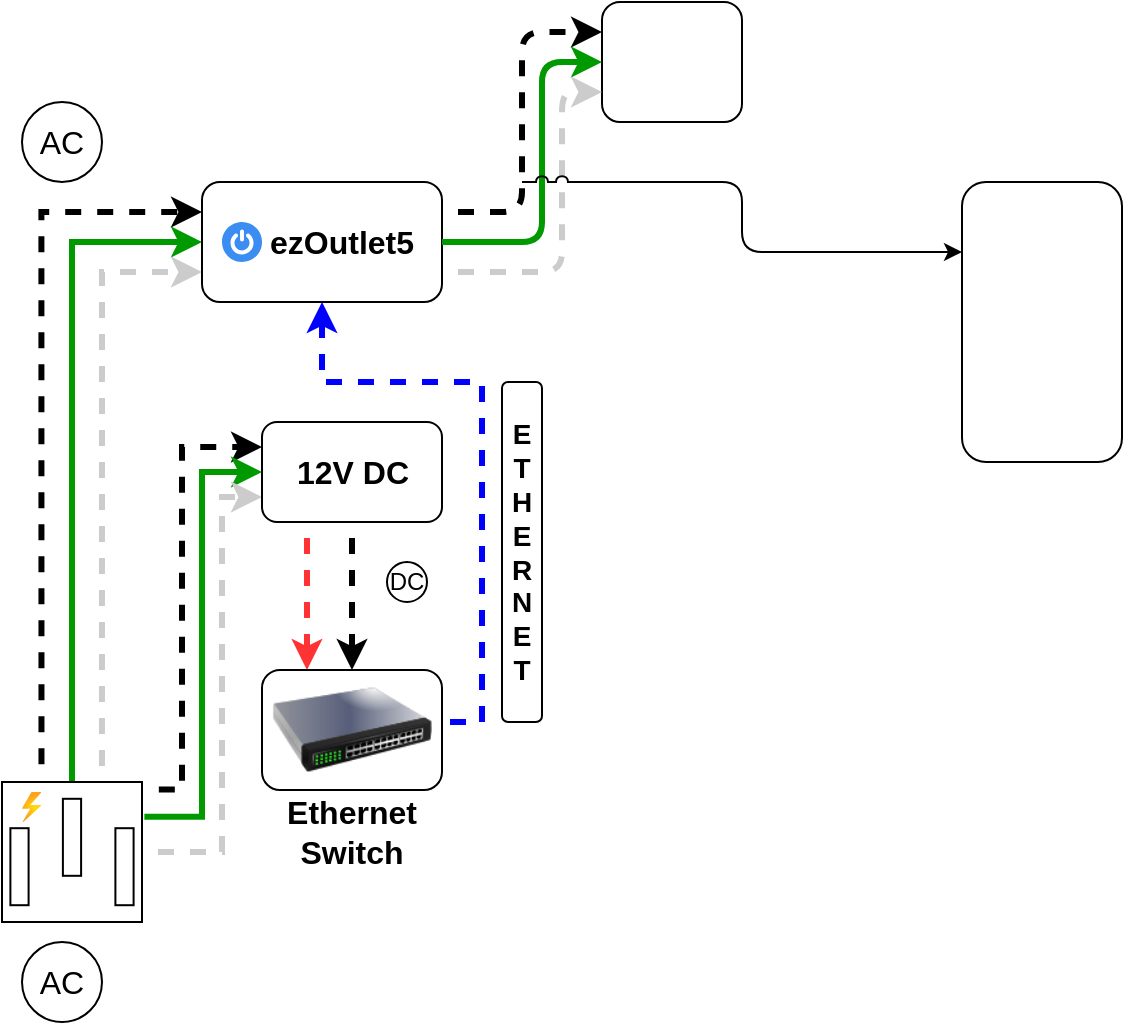
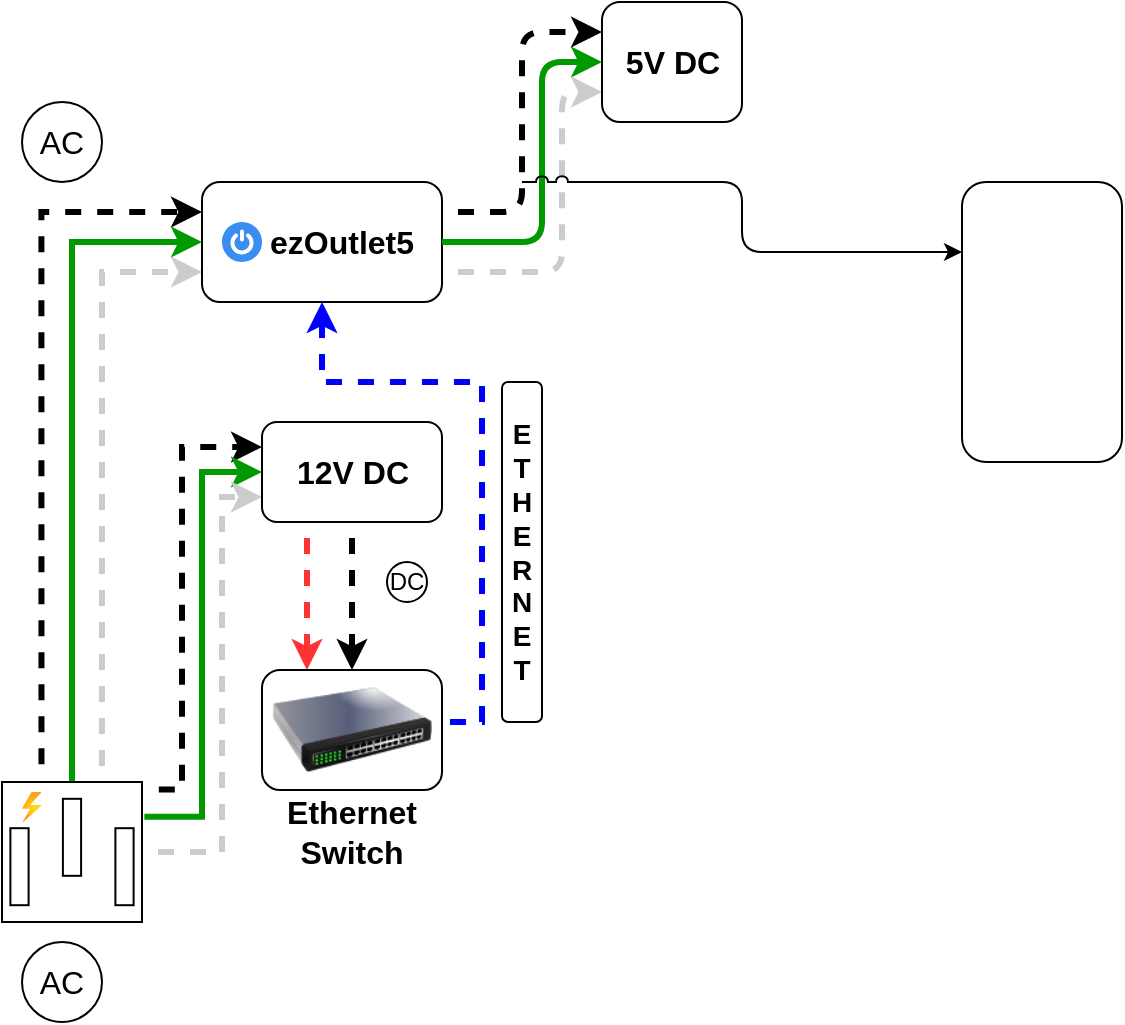
<mxfile host="app.diagrams.net" agent="Mozilla/5.0 (Windows NT 10.0; Win64; x64) AppleWebKit/537.36 (KHTML, like Gecko) Chrome/131.0.0.0 Safari/537.36 Edg/131.0.0.0" version="25.0.3">
  <diagram name="Page-1" id="VlRkN-xOVygPYa-iD9Ir">
-     <mxGraphModel dx="500" dy="313" grid="1" gridSize="10" guides="1" tooltips="1" connect="1" arrows="1" fold="1" page="1" pageScale="1" pageWidth="1169" pageHeight="827" background="none" math="0" shadow="0">
+     <mxGraphModel dx="600" dy="376" grid="1" gridSize="10" guides="1" tooltips="1" connect="1" arrows="1" fold="1" page="1" pageScale="1" pageWidth="1169" pageHeight="827" background="none" math="0" shadow="0">
      <root>
        <mxCell id="0" />
        <mxCell id="1" parent="0" />
        <mxCell id="JVLtuT8sySUBbFbLTn6r-3" style="edgeStyle=orthogonalEdgeStyle;rounded=0;orthogonalLoop=1;jettySize=auto;html=1;entryX=0;entryY=0.25;entryDx=0;entryDy=0;exitX=0.282;exitY=-0.013;exitDx=0;exitDy=0;exitPerimeter=0;strokeWidth=3;flowAnimation=1;flowAnimationDirection=alternate;" edge="1" parent="1" source="pD8juBFKP1GN8B8eYQTb-1" target="pD8juBFKP1GN8B8eYQTb-3">
          <mxGeometry relative="1" as="geometry" />
        </mxCell>
        <mxCell id="JVLtuT8sySUBbFbLTn6r-4" style="edgeStyle=orthogonalEdgeStyle;rounded=0;orthogonalLoop=1;jettySize=auto;html=1;exitX=0.5;exitY=0;exitDx=0;exitDy=0;exitPerimeter=0;entryX=0;entryY=0.5;entryDx=0;entryDy=0;strokeColor=#009900;strokeWidth=3;" edge="1" parent="1" source="pD8juBFKP1GN8B8eYQTb-1" target="pD8juBFKP1GN8B8eYQTb-3">
          <mxGeometry relative="1" as="geometry" />
        </mxCell>
        <mxCell id="JVLtuT8sySUBbFbLTn6r-5" style="edgeStyle=orthogonalEdgeStyle;rounded=0;orthogonalLoop=1;jettySize=auto;html=1;entryX=0;entryY=0.75;entryDx=0;entryDy=0;exitX=0.714;exitY=0;exitDx=0;exitDy=0;exitPerimeter=0;strokeWidth=3;strokeColor=#CCCCCC;flowAnimation=1;flowAnimationDirection=alternate-reverse;" edge="1" parent="1" source="pD8juBFKP1GN8B8eYQTb-1" target="pD8juBFKP1GN8B8eYQTb-3">
          <mxGeometry relative="1" as="geometry">
            <mxPoint x="120" y="320" as="targetPoint" />
          </mxGeometry>
        </mxCell>
        <mxCell id="JVLtuT8sySUBbFbLTn6r-6" style="edgeStyle=orthogonalEdgeStyle;rounded=0;orthogonalLoop=1;jettySize=auto;html=1;entryX=0;entryY=0.25;entryDx=0;entryDy=0;exitX=1.006;exitY=0.054;exitDx=0;exitDy=0;exitPerimeter=0;strokeWidth=3;flowAnimation=1;flowAnimationDirection=alternate;" edge="1" parent="1" source="pD8juBFKP1GN8B8eYQTb-1" target="pD8juBFKP1GN8B8eYQTb-24">
          <mxGeometry relative="1" as="geometry">
            <Array as="points">
              <mxPoint x="120" y="404" />
              <mxPoint x="120" y="233" />
            </Array>
          </mxGeometry>
        </mxCell>
        <mxCell id="JVLtuT8sySUBbFbLTn6r-7" style="edgeStyle=orthogonalEdgeStyle;rounded=0;orthogonalLoop=1;jettySize=auto;html=1;entryX=0;entryY=0.5;entryDx=0;entryDy=0;exitX=1.017;exitY=0.249;exitDx=0;exitDy=0;exitPerimeter=0;strokeWidth=3;strokeColor=#009900;" edge="1" parent="1" source="pD8juBFKP1GN8B8eYQTb-1" target="pD8juBFKP1GN8B8eYQTb-24">
          <mxGeometry relative="1" as="geometry" />
        </mxCell>
        <mxCell id="JVLtuT8sySUBbFbLTn6r-8" style="edgeStyle=orthogonalEdgeStyle;rounded=0;orthogonalLoop=1;jettySize=auto;html=1;entryX=0;entryY=0.75;entryDx=0;entryDy=0;strokeColor=#CCCCCC;strokeWidth=3;flowAnimation=1;flowAnimationDirection=alternate-reverse;" edge="1" parent="1" source="pD8juBFKP1GN8B8eYQTb-1" target="pD8juBFKP1GN8B8eYQTb-24">
          <mxGeometry relative="1" as="geometry">
            <Array as="points">
              <mxPoint x="140" y="435" />
              <mxPoint x="140" y="258" />
            </Array>
          </mxGeometry>
        </mxCell>
        <mxCell id="JVLtuT8sySUBbFbLTn6r-1" value="" style="group" vertex="1" connectable="0" parent="1">
          <mxGeometry x="30" y="480" width="60" height="40" as="geometry" />
        </mxCell>
        <mxCell id="pD8juBFKP1GN8B8eYQTb-22" value="AC" style="text;html=1;align=center;verticalAlign=middle;whiteSpace=wrap;rounded=0;fontSize=16;" parent="JVLtuT8sySUBbFbLTn6r-1" vertex="1">
          <mxGeometry y="5" width="60" height="30" as="geometry" />
        </mxCell>
        <mxCell id="pD8juBFKP1GN8B8eYQTb-23" value="" style="ellipse;whiteSpace=wrap;html=1;fillColor=none;" parent="JVLtuT8sySUBbFbLTn6r-1" vertex="1">
          <mxGeometry x="10" width="40" height="40" as="geometry" />
        </mxCell>
        <mxCell id="JVLtuT8sySUBbFbLTn6r-2" value="" style="group" vertex="1" connectable="0" parent="1">
          <mxGeometry x="30" y="60" width="60" height="40" as="geometry" />
        </mxCell>
        <mxCell id="pD8juBFKP1GN8B8eYQTb-9" value="" style="ellipse;whiteSpace=wrap;html=1;fillColor=none;" parent="JVLtuT8sySUBbFbLTn6r-2" vertex="1">
          <mxGeometry x="10" width="40" height="40" as="geometry" />
        </mxCell>
        <mxCell id="pD8juBFKP1GN8B8eYQTb-11" value="AC" style="text;html=1;align=center;verticalAlign=middle;whiteSpace=wrap;rounded=0;fontSize=16;" parent="JVLtuT8sySUBbFbLTn6r-2" vertex="1">
          <mxGeometry y="5" width="60" height="30" as="geometry" />
        </mxCell>
        <mxCell id="JVLtuT8sySUBbFbLTn6r-9" value="" style="group" vertex="1" connectable="0" parent="1">
          <mxGeometry x="130" y="100" width="120" height="60" as="geometry" />
        </mxCell>
        <mxCell id="JVLtuT8sySUBbFbLTn6r-16" value="" style="group" vertex="1" connectable="0" parent="JVLtuT8sySUBbFbLTn6r-9">
          <mxGeometry width="120" height="60" as="geometry" />
        </mxCell>
        <mxCell id="pD8juBFKP1GN8B8eYQTb-3" value="" style="rounded=1;whiteSpace=wrap;html=1;" parent="JVLtuT8sySUBbFbLTn6r-16" vertex="1">
          <mxGeometry width="120" height="60" as="geometry" />
        </mxCell>
        <mxCell id="JVLtuT8sySUBbFbLTn6r-13" value="" style="sketch=0;html=1;aspect=fixed;strokeColor=none;shadow=0;fillColor=#3B8DF1;verticalAlign=top;labelPosition=center;verticalLabelPosition=bottom;shape=mxgraph.gcp2.a7_power" vertex="1" parent="JVLtuT8sySUBbFbLTn6r-16">
          <mxGeometry x="10" y="20" width="20" height="20" as="geometry" />
        </mxCell>
        <mxCell id="pD8juBFKP1GN8B8eYQTb-15" value="&lt;b&gt;ezOutlet5&lt;/b&gt;" style="text;html=1;align=center;verticalAlign=middle;whiteSpace=wrap;rounded=0;fontSize=16;" parent="JVLtuT8sySUBbFbLTn6r-16" vertex="1">
          <mxGeometry x="40" y="10" width="60" height="40" as="geometry" />
        </mxCell>
        <mxCell id="JVLtuT8sySUBbFbLTn6r-11" value="" style="group" vertex="1" connectable="0" parent="1">
          <mxGeometry x="160" y="220" width="90" height="50" as="geometry" />
        </mxCell>
        <mxCell id="pD8juBFKP1GN8B8eYQTb-24" value="" style="rounded=1;whiteSpace=wrap;html=1;" parent="JVLtuT8sySUBbFbLTn6r-11" vertex="1">
          <mxGeometry width="90" height="50" as="geometry" />
        </mxCell>
        <mxCell id="JVLtuT8sySUBbFbLTn6r-10" value="&lt;font style=&quot;font-size: 16px;&quot;&gt;&lt;b&gt;12V DC&lt;/b&gt;&lt;/font&gt;" style="text;html=1;align=center;verticalAlign=middle;whiteSpace=wrap;rounded=0;" vertex="1" parent="JVLtuT8sySUBbFbLTn6r-11">
          <mxGeometry x="15.75" y="10" width="58.5" height="30" as="geometry" />
        </mxCell>
        <mxCell id="JVLtuT8sySUBbFbLTn6r-18" value="" style="group" vertex="1" connectable="0" parent="1">
          <mxGeometry x="30" y="400" width="70" height="70" as="geometry" />
        </mxCell>
        <mxCell id="pD8juBFKP1GN8B8eYQTb-1" value="" style="pointerEvents=1;verticalLabelPosition=bottom;shadow=0;dashed=0;align=center;html=1;verticalAlign=top;shape=mxgraph.electrical.miscellaneous.ac_out" parent="JVLtuT8sySUBbFbLTn6r-18" vertex="1">
          <mxGeometry width="70" height="70" as="geometry" />
        </mxCell>
        <mxCell id="JVLtuT8sySUBbFbLTn6r-12" value="" style="image;aspect=fixed;html=1;points=[];align=center;fontSize=12;image=img/lib/azure2/general/Power.svg;" vertex="1" parent="JVLtuT8sySUBbFbLTn6r-18">
          <mxGeometry x="10" y="5" width="9.72" height="15" as="geometry" />
        </mxCell>
        <mxCell id="JVLtuT8sySUBbFbLTn6r-23" style="edgeStyle=orthogonalEdgeStyle;rounded=0;orthogonalLoop=1;jettySize=auto;html=1;entryX=0.25;entryY=0;entryDx=0;entryDy=0;exitX=0.25;exitY=1;exitDx=0;exitDy=0;strokeColor=#FF3333;strokeWidth=3;flowAnimation=1;" edge="1" parent="1" source="pD8juBFKP1GN8B8eYQTb-24" target="JVLtuT8sySUBbFbLTn6r-19">
          <mxGeometry relative="1" as="geometry" />
        </mxCell>
        <mxCell id="JVLtuT8sySUBbFbLTn6r-28" value="" style="group" vertex="1" connectable="0" parent="1">
          <mxGeometry x="220" y="290" width="25" height="20" as="geometry" />
        </mxCell>
        <mxCell id="JVLtuT8sySUBbFbLTn6r-26" value="" style="ellipse;whiteSpace=wrap;html=1;aspect=fixed;" vertex="1" parent="JVLtuT8sySUBbFbLTn6r-28">
          <mxGeometry x="2.5" width="20" height="20" as="geometry" />
        </mxCell>
        <mxCell id="JVLtuT8sySUBbFbLTn6r-27" value="&lt;font&gt;DC&lt;/font&gt;" style="text;html=1;align=center;verticalAlign=middle;whiteSpace=wrap;rounded=0;" vertex="1" parent="JVLtuT8sySUBbFbLTn6r-28">
          <mxGeometry y="2.5" width="25" height="15" as="geometry" />
        </mxCell>
        <mxCell id="JVLtuT8sySUBbFbLTn6r-29" style="edgeStyle=orthogonalEdgeStyle;rounded=0;orthogonalLoop=1;jettySize=auto;html=1;exitX=0.5;exitY=1;exitDx=0;exitDy=0;entryX=0.5;entryY=0;entryDx=0;entryDy=0;strokeWidth=3;flowAnimation=1;" edge="1" parent="1" source="pD8juBFKP1GN8B8eYQTb-24" target="JVLtuT8sySUBbFbLTn6r-19">
          <mxGeometry relative="1" as="geometry" />
        </mxCell>
        <mxCell id="JVLtuT8sySUBbFbLTn6r-30" style="edgeStyle=orthogonalEdgeStyle;rounded=0;orthogonalLoop=1;jettySize=auto;html=1;exitX=1;exitY=0.5;exitDx=0;exitDy=0;entryX=0.5;entryY=1;entryDx=0;entryDy=0;strokeColor=#0000FF;strokeWidth=3;flowAnimation=1;" edge="1" parent="1" source="JVLtuT8sySUBbFbLTn6r-19" target="pD8juBFKP1GN8B8eYQTb-3">
          <mxGeometry relative="1" as="geometry">
            <Array as="points">
              <mxPoint x="270" y="370" />
              <mxPoint x="270" y="200" />
              <mxPoint x="190" y="200" />
            </Array>
          </mxGeometry>
        </mxCell>
        <mxCell id="JVLtuT8sySUBbFbLTn6r-31" value="" style="rounded=1;whiteSpace=wrap;html=1;" vertex="1" parent="1">
          <mxGeometry x="280" y="200" width="20" height="170" as="geometry" />
        </mxCell>
        <mxCell id="JVLtuT8sySUBbFbLTn6r-32" value="&lt;b&gt;&lt;font style=&quot;font-size: 14px;&quot;&gt;E&lt;/font&gt;&lt;/b&gt;&lt;div&gt;&lt;b&gt;&lt;font style=&quot;font-size: 14px;&quot;&gt;T&lt;/font&gt;&lt;/b&gt;&lt;/div&gt;&lt;div&gt;&lt;b&gt;&lt;font style=&quot;font-size: 14px;&quot;&gt;H&lt;/font&gt;&lt;/b&gt;&lt;/div&gt;&lt;div&gt;&lt;b&gt;&lt;font style=&quot;font-size: 14px;&quot;&gt;E&lt;/font&gt;&lt;/b&gt;&lt;/div&gt;&lt;div&gt;&lt;b&gt;&lt;font style=&quot;font-size: 14px;&quot;&gt;R&lt;/font&gt;&lt;/b&gt;&lt;/div&gt;&lt;div&gt;&lt;b&gt;&lt;font style=&quot;font-size: 14px;&quot;&gt;N&lt;/font&gt;&lt;/b&gt;&lt;/div&gt;&lt;div&gt;&lt;b&gt;&lt;font style=&quot;font-size: 14px;&quot;&gt;E&lt;/font&gt;&lt;/b&gt;&lt;/div&gt;&lt;div&gt;&lt;b&gt;&lt;font style=&quot;font-size: 14px;&quot;&gt;T&lt;/font&gt;&lt;/b&gt;&lt;/div&gt;" style="text;html=1;align=center;verticalAlign=middle;whiteSpace=wrap;rounded=0;" vertex="1" parent="1">
          <mxGeometry x="275" y="180" width="30" height="210" as="geometry" />
        </mxCell>
        <mxCell id="JVLtuT8sySUBbFbLTn6r-33" value="" style="rounded=1;whiteSpace=wrap;html=1;" vertex="1" parent="1">
          <mxGeometry x="510" y="100" width="80" height="140" as="geometry" />
        </mxCell>
-         <mxCell id="JVLtuT8sySUBbFbLTn6r-34" value="" style="rounded=1;whiteSpace=wrap;html=1;" vertex="1" parent="1">
-           <mxGeometry x="330" y="10" width="70" height="60" as="geometry" />
-         </mxCell>
        <mxCell id="JVLtuT8sySUBbFbLTn6r-35" style="edgeStyle=orthogonalEdgeStyle;rounded=1;orthogonalLoop=1;jettySize=auto;html=1;exitX=1;exitY=0.25;exitDx=0;exitDy=0;entryX=0;entryY=0.25;entryDx=0;entryDy=0;curved=0;strokeWidth=3;flowAnimation=1;flowAnimationDirection=alternate;" edge="1" parent="1" source="pD8juBFKP1GN8B8eYQTb-3" target="JVLtuT8sySUBbFbLTn6r-34">
          <mxGeometry relative="1" as="geometry" />
        </mxCell>
        <mxCell id="JVLtuT8sySUBbFbLTn6r-36" style="edgeStyle=orthogonalEdgeStyle;rounded=1;orthogonalLoop=1;jettySize=auto;html=1;exitX=1;exitY=0.5;exitDx=0;exitDy=0;entryX=0;entryY=0.5;entryDx=0;entryDy=0;curved=0;strokeWidth=3;strokeColor=#009900;" edge="1" parent="1" source="pD8juBFKP1GN8B8eYQTb-3" target="JVLtuT8sySUBbFbLTn6r-34">
          <mxGeometry relative="1" as="geometry">
            <Array as="points">
              <mxPoint x="300" y="130" />
              <mxPoint x="300" y="40" />
            </Array>
          </mxGeometry>
        </mxCell>
        <mxCell id="JVLtuT8sySUBbFbLTn6r-37" style="edgeStyle=orthogonalEdgeStyle;rounded=1;orthogonalLoop=1;jettySize=auto;html=1;exitX=1;exitY=0.75;exitDx=0;exitDy=0;entryX=0;entryY=0.75;entryDx=0;entryDy=0;curved=0;strokeColor=#CCCCCC;strokeWidth=3;flowAnimation=1;flowAnimationDirection=alternate-reverse;" edge="1" parent="1" source="pD8juBFKP1GN8B8eYQTb-3" target="JVLtuT8sySUBbFbLTn6r-34">
          <mxGeometry relative="1" as="geometry">
            <Array as="points">
              <mxPoint x="310" y="145" />
              <mxPoint x="310" y="55" />
            </Array>
          </mxGeometry>
        </mxCell>
        <mxCell id="JVLtuT8sySUBbFbLTn6r-40" value="" style="endArrow=classic;html=1;rounded=1;curved=0;entryX=0;entryY=0.25;entryDx=0;entryDy=0;jumpStyle=arc;" edge="1" parent="1" target="JVLtuT8sySUBbFbLTn6r-33">
          <mxGeometry width="50" height="50" relative="1" as="geometry">
            <mxPoint x="290" y="100" as="sourcePoint" />
            <mxPoint x="410" y="170" as="targetPoint" />
            <Array as="points">
              <mxPoint x="400" y="100" />
              <mxPoint x="400" y="135" />
            </Array>
          </mxGeometry>
        </mxCell>
        <mxCell id="JVLtuT8sySUBbFbLTn6r-51" value="" style="group" vertex="1" connectable="0" parent="1">
          <mxGeometry x="160" y="344" width="90" height="96" as="geometry" />
        </mxCell>
        <mxCell id="JVLtuT8sySUBbFbLTn6r-21" value="" style="group" vertex="1" connectable="0" parent="JVLtuT8sySUBbFbLTn6r-51">
          <mxGeometry width="90" height="70" as="geometry" />
        </mxCell>
        <mxCell id="JVLtuT8sySUBbFbLTn6r-50" value="" style="group" vertex="1" connectable="0" parent="JVLtuT8sySUBbFbLTn6r-21">
          <mxGeometry width="90" height="70" as="geometry" />
        </mxCell>
        <mxCell id="JVLtuT8sySUBbFbLTn6r-19" value="" style="rounded=1;whiteSpace=wrap;html=1;" vertex="1" parent="JVLtuT8sySUBbFbLTn6r-50">
          <mxGeometry width="90" height="60" as="geometry" />
        </mxCell>
        <mxCell id="JVLtuT8sySUBbFbLTn6r-49" value="" style="image;html=1;image=img/lib/clip_art/networking/Switch_128x128.png" vertex="1" parent="JVLtuT8sySUBbFbLTn6r-50">
          <mxGeometry x="5" y="-10" width="80" height="80" as="geometry" />
        </mxCell>
        <mxCell id="JVLtuT8sySUBbFbLTn6r-20" value="&lt;b&gt;&lt;font style=&quot;font-size: 16px;&quot;&gt;Ethernet&lt;/font&gt;&lt;/b&gt;&lt;div&gt;&lt;b&gt;&lt;font style=&quot;font-size: 16px;&quot;&gt;Switch&lt;/font&gt;&lt;/b&gt;&lt;/div&gt;" style="text;html=1;align=center;verticalAlign=middle;whiteSpace=wrap;rounded=0;" vertex="1" parent="JVLtuT8sySUBbFbLTn6r-51">
          <mxGeometry x="15" y="66" width="60" height="30" as="geometry" />
        </mxCell>
+         <mxCell id="JVLtuT8sySUBbFbLTn6r-53" value="" style="group" vertex="1" connectable="0" parent="1">
+           <mxGeometry x="330" y="10" width="70" height="60" as="geometry" />
+         </mxCell>
+         <mxCell id="JVLtuT8sySUBbFbLTn6r-34" value="" style="rounded=1;whiteSpace=wrap;html=1;" vertex="1" parent="JVLtuT8sySUBbFbLTn6r-53">
+           <mxGeometry width="70" height="60" as="geometry" />
+         </mxCell>
+         <mxCell id="JVLtuT8sySUBbFbLTn6r-52" value="&lt;font style=&quot;font-size: 16px;&quot;&gt;&lt;b&gt;5&lt;/b&gt;&lt;/font&gt;&lt;b style=&quot;font-size: 16px; background-color: initial;&quot;&gt;V DC&lt;/b&gt;" style="text;html=1;align=center;verticalAlign=middle;whiteSpace=wrap;rounded=0;" vertex="1" parent="JVLtuT8sySUBbFbLTn6r-53">
+           <mxGeometry x="5.75" y="15" width="58.5" height="30" as="geometry" />
+         </mxCell>
      </root>
    </mxGraphModel>
  </diagram>
</mxfile>
